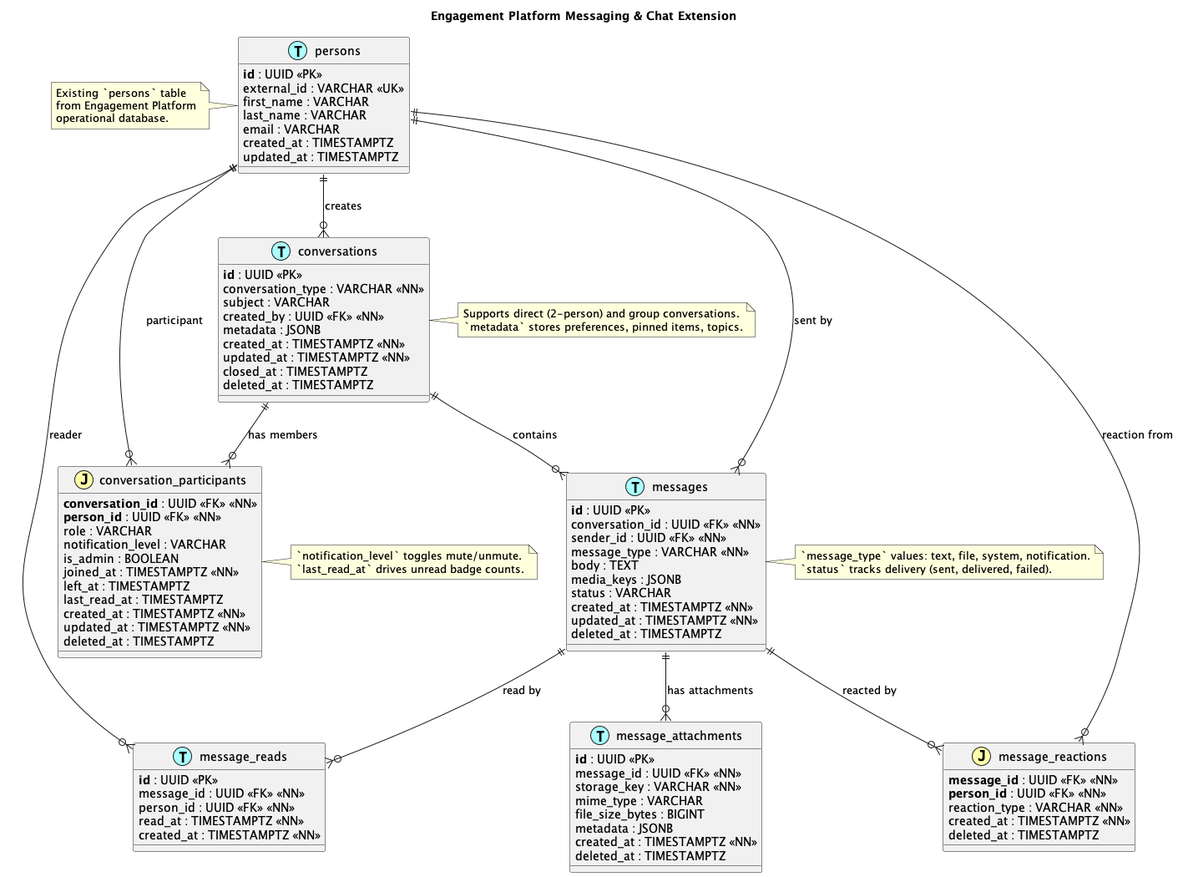
Earlier version of the PlantUML export docs/Engagement Platform Chat Extension.png (jaypersanchez/chemlink-analytics-db). Source of this version:
```plantuml
@startuml Engagement Platform Chat Extension
!define table(x) entity x << (T,#AAFFFF) >>
!define junction(x) entity x << (J,#FFFFAA) >>

title Engagement Platform Messaging & Chat Extension

table(persons) {
  **id** : UUID <<PK>>
  external_id : VARCHAR <<UK>>
  first_name : VARCHAR
  last_name : VARCHAR
  email : VARCHAR
  created_at : TIMESTAMPTZ
  updated_at : TIMESTAMPTZ
}

note left of persons
  Existing `persons` table
  from Engagement Platform
  operational database.
end note

table(conversations) {
  **id** : UUID <<PK>>
  conversation_type : VARCHAR <<NN>>
  subject : VARCHAR
  created_by : UUID <<FK>> <<NN>>
  metadata : JSONB
  created_at : TIMESTAMPTZ <<NN>>
  updated_at : TIMESTAMPTZ <<NN>>
  closed_at : TIMESTAMPTZ
  deleted_at : TIMESTAMPTZ
}

junction(conversation_participants) {
  **conversation_id** : UUID <<FK>> <<NN>>
  **person_id** : UUID <<FK>> <<NN>>
  role : VARCHAR
  notification_level : VARCHAR
  is_admin : BOOLEAN
  joined_at : TIMESTAMPTZ <<NN>>
  left_at : TIMESTAMPTZ
  last_read_at : TIMESTAMPTZ
  created_at : TIMESTAMPTZ <<NN>>
  updated_at : TIMESTAMPTZ <<NN>>
  deleted_at : TIMESTAMPTZ
}

table(messages) {
  **id** : UUID <<PK>>
  conversation_id : UUID <<FK>> <<NN>>
  sender_id : UUID <<FK>> <<NN>>
  message_type : VARCHAR <<NN>>
  body : TEXT
  media_keys : JSONB
  status : VARCHAR
  created_at : TIMESTAMPTZ <<NN>>
  updated_at : TIMESTAMPTZ <<NN>>
  deleted_at : TIMESTAMPTZ
}

table(message_attachments) {
  **id** : UUID <<PK>>
  message_id : UUID <<FK>> <<NN>>
  storage_key : VARCHAR <<NN>>
  mime_type : VARCHAR
  file_size_bytes : BIGINT
  metadata : JSONB
  created_at : TIMESTAMPTZ <<NN>>
  deleted_at : TIMESTAMPTZ
}

junction(message_reactions) {
  **message_id** : UUID <<FK>> <<NN>>
  **person_id** : UUID <<FK>> <<NN>>
  reaction_type : VARCHAR <<NN>>
  created_at : TIMESTAMPTZ <<NN>>
  deleted_at : TIMESTAMPTZ
}

table(message_reads) {
  **id** : UUID <<PK>>
  message_id : UUID <<FK>> <<NN>>
  person_id : UUID <<FK>> <<NN>>
  read_at : TIMESTAMPTZ <<NN>>
  created_at : TIMESTAMPTZ <<NN>>
}

persons ||--o{ conversations : "creates"
conversations ||--o{ conversation_participants : "has members"
conversation_participants }o--|| persons : "participant"
conversations ||--o{ messages : "contains"
messages }o--|| persons : "sent by"
messages ||--o{ message_attachments : "has attachments"
messages ||--o{ message_reactions : "reacted by"
message_reactions }o--|| persons : "reaction from"
messages ||--o{ message_reads : "read by"
message_reads }o--|| persons : "reader"

note right of conversations
  Supports direct (2-person) and group conversations.
  `metadata` stores preferences, pinned items, topics.
end note

note right of conversation_participants
  `notification_level` toggles mute/unmute.
  `last_read_at` drives unread badge counts.
end note

note right of messages
  `message_type` values: text, file, system, notification.
  `status` tracks delivery (sent, delivered, failed).
end note

@enduml
```
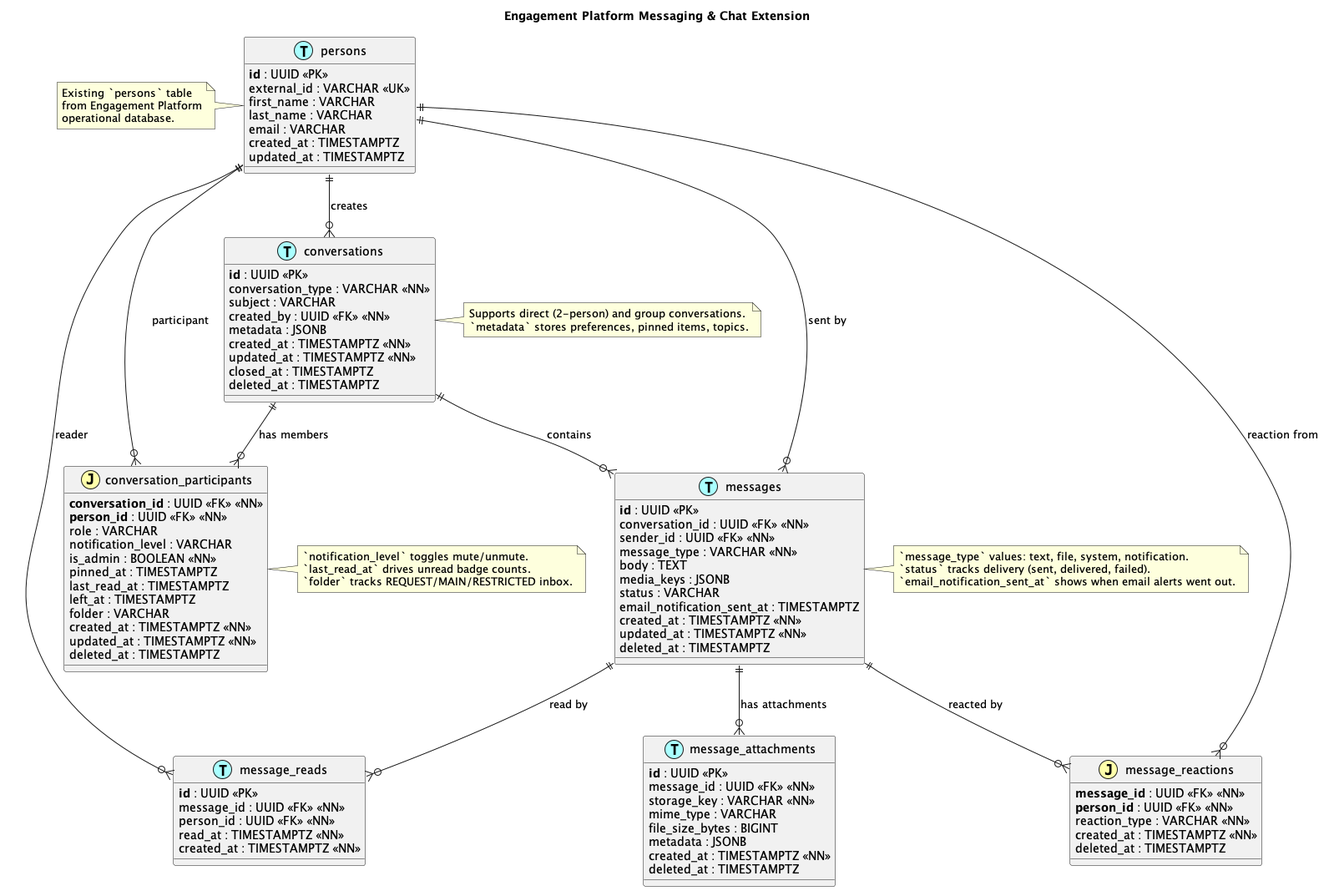
The same diagram one commit later.

Change to the diagram source:
```diff
@@ -37,10 +37,11 @@
   **person_id** : UUID <<FK>> <<NN>>
   role : VARCHAR
   notification_level : VARCHAR
-  is_admin : BOOLEAN
-  joined_at : TIMESTAMPTZ <<NN>>
+  is_admin : BOOLEAN <<NN>>
+  pinned_at : TIMESTAMPTZ
+  last_read_at : TIMESTAMPTZ
   left_at : TIMESTAMPTZ
-  last_read_at : TIMESTAMPTZ
+  folder : VARCHAR
   created_at : TIMESTAMPTZ <<NN>>
   updated_at : TIMESTAMPTZ <<NN>>
   deleted_at : TIMESTAMPTZ
@@ -54,6 +55,7 @@
   body : TEXT
   media_keys : JSONB
   status : VARCHAR
+  email_notification_sent_at : TIMESTAMPTZ
   created_at : TIMESTAMPTZ <<NN>>
   updated_at : TIMESTAMPTZ <<NN>>
   deleted_at : TIMESTAMPTZ
@@ -105,11 +107,13 @@
 note right of conversation_participants
   `notification_level` toggles mute/unmute.
   `last_read_at` drives unread badge counts.
+  `folder` tracks REQUEST/MAIN/RESTRICTED inbox.
 end note
 
 note right of messages
   `message_type` values: text, file, system, notification.
   `status` tracks delivery (sent, delivered, failed).
+  `email_notification_sent_at` shows when email alerts went out.
 end note
 
 @enduml
```
